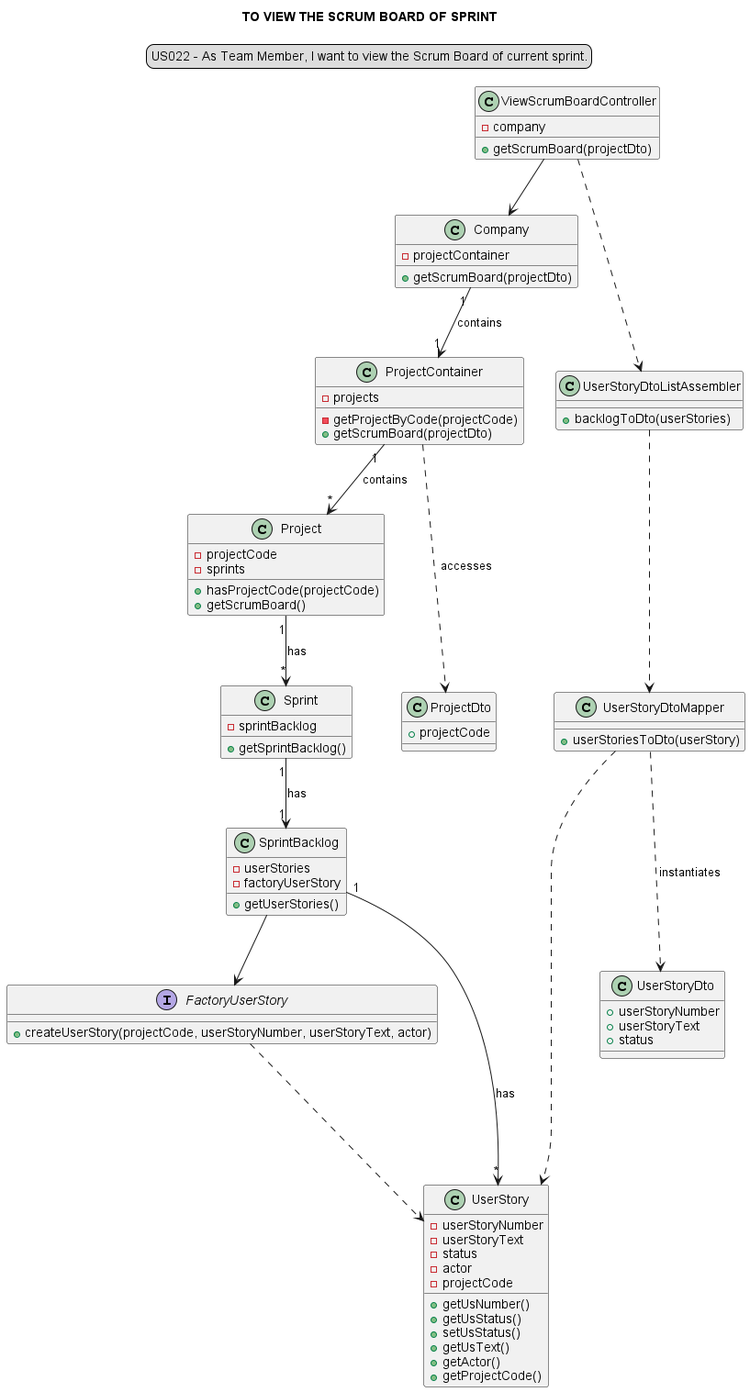
Loracline/project_switch_22-23 keeps this PlantUML diagram as docs/modelling_design/user_stories/sprint03/us022/US022_CD-TO_VIEW_THE_SCRUM_BOARD_OF_SPRINT.png. Above is the earlier version. The source it was exported from:
```plantuml
@startuml

skinparam sequenceMessageAlign center
title TO VIEW THE SCRUM BOARD OF SPRINT
legend top
US022 - As Team Member, I want to view the Scrum Board of current sprint.
end legend

class ViewScrumBoardController
class Company
class ProjectContainer
class Project
class Sprint
class SprintBacklog
class ProjectDto
interface FactoryUserStory
class UserStory
class UserStoryDtoListAssembler
class UserStoryDtoMapper
class UserStoryDto

class ViewScrumBoardController {
-company
+getScrumBoard(projectDto)
}

class Company {
-projectContainer
+getScrumBoard(projectDto)
}

class ProjectContainer {
-projects
-getProjectByCode(projectCode)
+getScrumBoard(projectDto)
}

class Project {
-projectCode
-sprints
+hasProjectCode(projectCode)
+getScrumBoard()
}

class Sprint {
-sprintBacklog
+getSprintBacklog()
}

class SprintBacklog {
-userStories
-factoryUserStory
+getUserStories()
}

class ProjectDto {
+projectCode
}

interface FactoryUserStory {
+createUserStory(projectCode, userStoryNumber, userStoryText, actor)
}

class UserStory {
-userStoryNumber
-userStoryText
-status
-actor
-projectCode
+getUsNumber()
+getUsStatus()
+setUsStatus()
+getUsText()
+getActor()
+getProjectCode()
}

class UserStoryDto {
+userStoryNumber
+userStoryText
+status
}

class UserStoryDtoMapper {
+userStoriesToDto(userStory)
}

class UserStoryDtoListAssembler {
+backlogToDto(userStories)
}

"ViewScrumBoardController" --> "Company"
"Company" "1" --> "1" "ProjectContainer": contains
"ProjectContainer" "1" --> "*" "Project": contains
"Project" "1" --> "*" "Sprint": has
"Sprint" "1" --> "1" "SprintBacklog": has
"SprintBacklog" --> "FactoryUserStory"
"SprintBacklog" "1" --> "*" "UserStory": has
"FactoryUserStory" .--> "UserStory"
"ProjectContainer" .--> "ProjectDto": accesses
"ViewScrumBoardController" .--> "UserStoryDtoListAssembler"
"UserStoryDtoListAssembler" .--> "UserStoryDtoMapper"
"UserStoryDtoMapper" .--> "UserStoryDto": instantiates
"UserStoryDtoMapper" .--> "UserStory"

@enduml
```
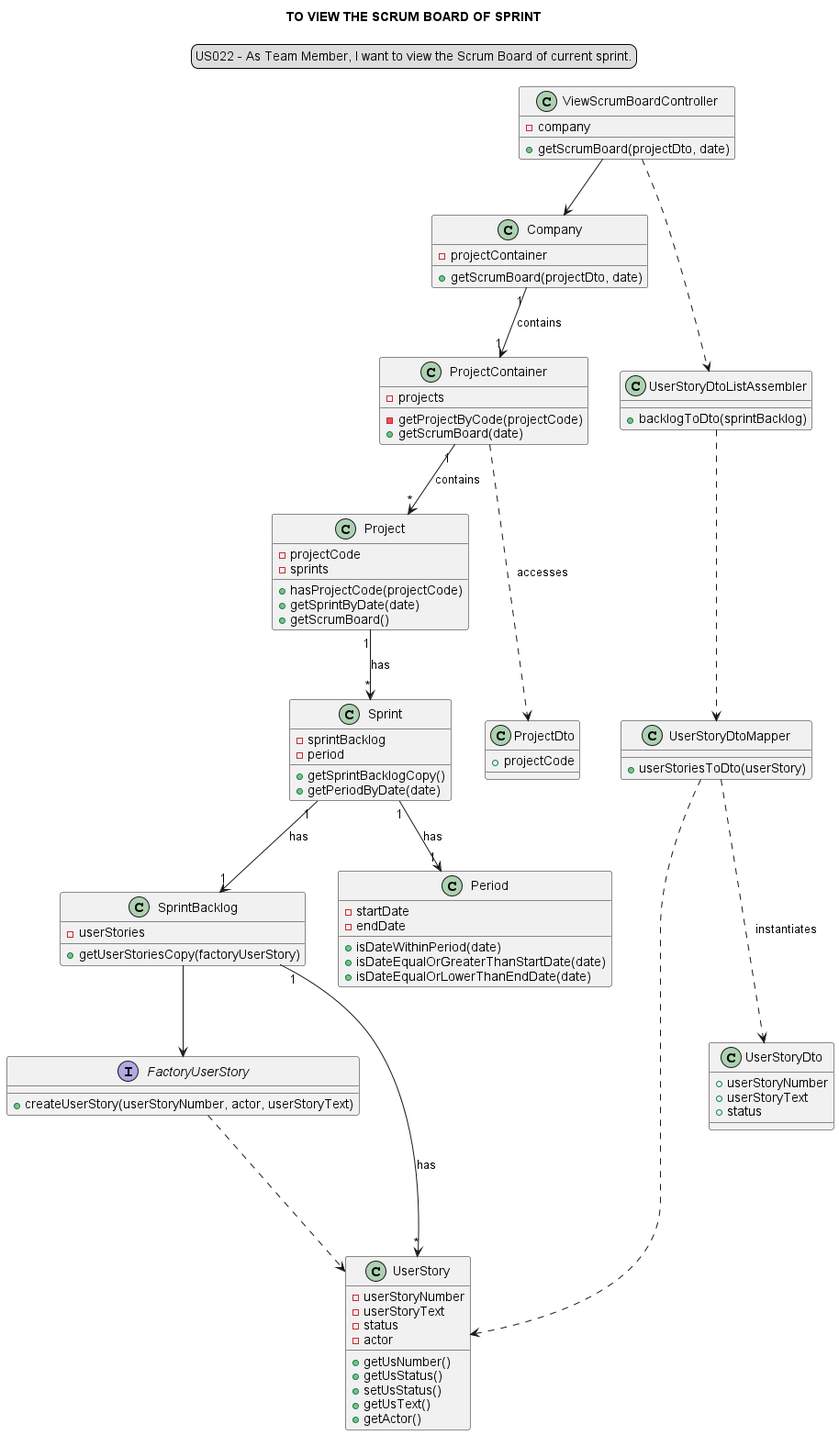
Above is the later version.

Diff of the diagram source:
```diff
@@ -21,36 +21,46 @@
 
 class ViewScrumBoardController {
 -company
-+getScrumBoard(projectDto)
++getScrumBoard(projectDto, date)
 }
 
 class Company {
 -projectContainer
-+getScrumBoard(projectDto)
++getScrumBoard(projectDto, date)
 }
 
 class ProjectContainer {
 -projects
 -getProjectByCode(projectCode)
-+getScrumBoard(projectDto)
++getScrumBoard(date)
 }
 
 class Project {
 -projectCode
 -sprints
 +hasProjectCode(projectCode)
++getSprintByDate(date)
 +getScrumBoard()
 }
 
 class Sprint {
 -sprintBacklog
-+getSprintBacklog()
+-period
++getSprintBacklogCopy()
++getPeriodByDate(date)
+}
+
+class Period {
+-startDate
+-endDate
++isDateWithinPeriod(date)
++isDateEqualOrGreaterThanStartDate(date)
++isDateEqualOrLowerThanEndDate(date)
 }
 
 class SprintBacklog {
 -userStories
--factoryUserStory
-+getUserStories()
++getUserStoriesCopy(factoryUserStory)
 }
 
 class ProjectDto {
@@ -58,7 +68,7 @@
 }
 
 interface FactoryUserStory {
-+createUserStory(projectCode, userStoryNumber, userStoryText, actor)
++createUserStory(userStoryNumber, actor, userStoryText)
 }
 
 class UserStory {
@@ -66,13 +76,11 @@
 -userStoryText
 -status
 -actor
--projectCode
 +getUsNumber()
 +getUsStatus()
 +setUsStatus()
 +getUsText()
 +getActor()
-+getProjectCode()
 }
 
 class UserStoryDto {
@@ -86,7 +94,7 @@
 }
 
 class UserStoryDtoListAssembler {
-+backlogToDto(userStories)
++backlogToDto(sprintBacklog)
 }
 
 "ViewScrumBoardController" --> "Company"
@@ -94,6 +102,7 @@
 "ProjectContainer" "1" --> "*" "Project": contains
 "Project" "1" --> "*" "Sprint": has
 "Sprint" "1" --> "1" "SprintBacklog": has
+"Sprint" "1" --> "1" "Period": has
 "SprintBacklog" --> "FactoryUserStory"
 "SprintBacklog" "1" --> "*" "UserStory": has
 "FactoryUserStory" .--> "UserStory"
```
